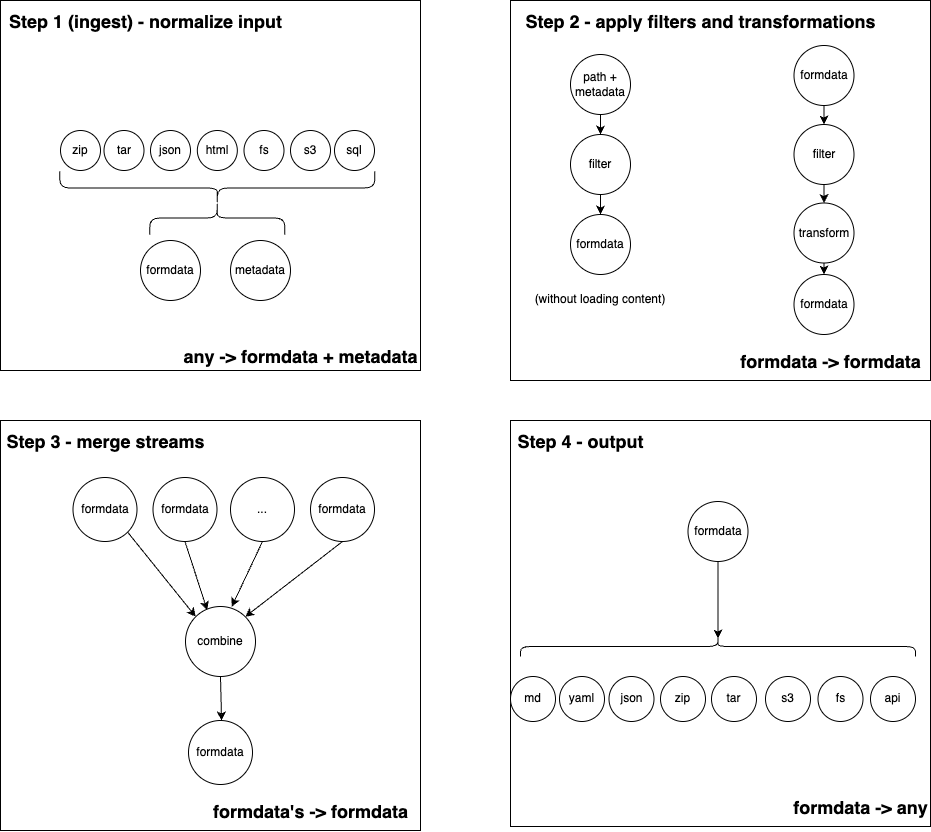
This is process-formdata.drawio.png from janwilmake/uit, a draw.io export, as it was before one commit. Source tidied: cells renumbered, new cells last; positions are measured from the earlier drawing's top-left corner, leaving out a move shared by most shapes.
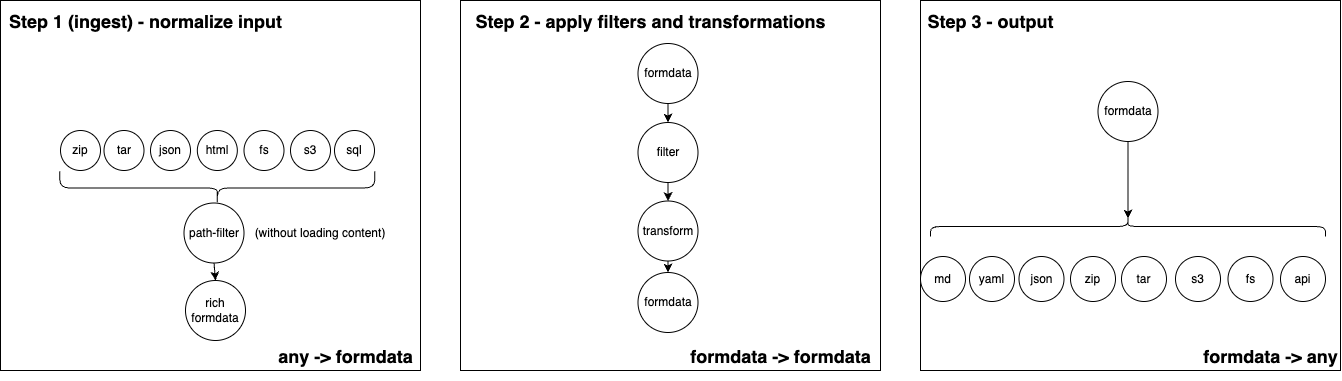
The same file after the commit.

What changed in the source:
```diff
@@ -2,186 +2,122 @@
   <root>
     <mxCell id="0" />
     <mxCell id="1" parent="0" />
-    <mxCell id="2" style="rounded=0;whiteSpace=wrap;html=1;" parent="1" vertex="1">
-      <mxGeometry y="420" width="420" height="410" as="geometry" />
-    </mxCell>
     <mxCell id="3" style="rounded=0;whiteSpace=wrap;html=1;" parent="1" vertex="1">
-      <mxGeometry x="510" y="420" width="420" height="406" as="geometry" />
+      <mxGeometry x="970" width="420" height="370" as="geometry" />
     </mxCell>
     <mxCell id="4" style="rounded=0;whiteSpace=wrap;html=1;" parent="1" vertex="1">
-      <mxGeometry x="510" width="420" height="380" as="geometry" />
+      <mxGeometry x="510" width="420" height="370" as="geometry" />
     </mxCell>
     <mxCell id="5" style="rounded=0;whiteSpace=wrap;html=1;" parent="1" vertex="1">
-      <mxGeometry width="420" height="370" as="geometry" />
+      <mxGeometry x="50" width="420" height="370" as="geometry" />
     </mxCell>
     <mxCell id="6" value="s3" style="ellipse;whiteSpace=wrap;html=1;" parent="1" vertex="1">
-      <mxGeometry x="290" y="130" width="40" height="40" as="geometry" />
+      <mxGeometry x="340" y="130" width="40" height="40" as="geometry" />
     </mxCell>
     <mxCell id="7" value="zip" style="ellipse;whiteSpace=wrap;html=1;" parent="1" vertex="1">
-      <mxGeometry x="60" y="130" width="40" height="40" as="geometry" />
+      <mxGeometry x="110" y="130" width="40" height="40" as="geometry" />
     </mxCell>
     <mxCell id="8" value="tar" style="ellipse;whiteSpace=wrap;html=1;" parent="1" vertex="1">
-      <mxGeometry x="103.5" y="130" width="40" height="40" as="geometry" />
+      <mxGeometry x="153.5" y="130" width="40" height="40" as="geometry" />
     </mxCell>
     <mxCell id="9" value="json" style="ellipse;whiteSpace=wrap;html=1;" parent="1" vertex="1">
-      <mxGeometry x="150" y="130" width="40" height="40" as="geometry" />
+      <mxGeometry x="200" y="130" width="40" height="40" as="geometry" />
     </mxCell>
     <mxCell id="10" value="fs" style="ellipse;whiteSpace=wrap;html=1;" parent="1" vertex="1">
-      <mxGeometry x="243.5" y="130" width="40" height="40" as="geometry" />
+      <mxGeometry x="293.5" y="130" width="40" height="40" as="geometry" />
     </mxCell>
-    <mxCell id="11" value="formdata" style="ellipse;whiteSpace=wrap;html=1;" parent="1" vertex="1">
-      <mxGeometry x="140" y="240" width="60" height="60" as="geometry" />
+    <mxCell id="11" value="rich formdata" style="ellipse;whiteSpace=wrap;html=1;" parent="1" vertex="1">
+      <mxGeometry x="235" y="280" width="60" height="60" as="geometry" />
     </mxCell>
-    <mxCell id="12" value="metadata" style="ellipse;whiteSpace=wrap;html=1;" parent="1" vertex="1">
-      <mxGeometry x="230" y="240" width="60" height="60" as="geometry" />
-    </mxCell>
     <mxCell id="13" style="shape=curlyBracket;whiteSpace=wrap;html=1;rounded=1;flipH=1;labelPosition=right;verticalLabelPosition=middle;align=left;verticalAlign=middle;rotation=90;" parent="1" vertex="1">
-      <mxGeometry x="200" y="30" width="33.7" height="315" as="geometry" />
+      <mxGeometry x="250" y="30" width="33.7" height="315" as="geometry" />
     </mxCell>
-    <mxCell id="14" style="shape=curlyBracket;whiteSpace=wrap;html=1;rounded=1;flipH=1;labelPosition=right;verticalLabelPosition=middle;align=left;verticalAlign=middle;rotation=-90;" parent="1" vertex="1">
-      <mxGeometry x="200" y="150" width="33.7" height="135" as="geometry" />
-    </mxCell>
     <mxCell id="15" value="&lt;font style=&quot;font-size: 18px;&quot;&gt;Step 1 (ingest) - normalize input&lt;/font&gt;" style="text;strokeColor=none;fillColor=none;html=1;fontSize=24;fontStyle=1;verticalAlign=middle;align=center;" parent="1" vertex="1">
-      <mxGeometry x="30" width="230" height="40" as="geometry" />
+      <mxGeometry x="80" width="230" height="40" as="geometry" />
     </mxCell>
     <mxCell id="16" style="edgeStyle=none;html=1;exitX=0.5;exitY=1;exitDx=0;exitDy=0;entryX=0.5;entryY=0;entryDx=0;entryDy=0;" parent="1" edge="1" source="17" target="19">
       <mxGeometry relative="1" as="geometry" />
     </mxCell>
     <mxCell id="17" value="formdata" style="ellipse;whiteSpace=wrap;html=1;" parent="1" vertex="1">
-      <mxGeometry x="793.5" y="45" width="60" height="60" as="geometry" />
+      <mxGeometry x="687.5" y="43" width="60" height="60" as="geometry" />
     </mxCell>
     <mxCell id="18" style="edgeStyle=none;html=1;exitX=0.5;exitY=1;exitDx=0;exitDy=0;entryX=0.5;entryY=0;entryDx=0;entryDy=0;" parent="1" edge="1" source="19" target="21">
       <mxGeometry relative="1" as="geometry" />
     </mxCell>
     <mxCell id="19" value="filter" style="ellipse;whiteSpace=wrap;html=1;" parent="1" vertex="1">
-      <mxGeometry x="793.5" y="124" width="60" height="60" as="geometry" />
+      <mxGeometry x="687.5" y="122" width="60" height="60" as="geometry" />
     </mxCell>
     <mxCell id="20" style="edgeStyle=none;html=1;exitX=0.5;exitY=1;exitDx=0;exitDy=0;entryX=0.5;entryY=0;entryDx=0;entryDy=0;" parent="1" edge="1" source="21" target="22">
       <mxGeometry relative="1" as="geometry" />
     </mxCell>
     <mxCell id="21" value="transform" style="ellipse;whiteSpace=wrap;html=1;" parent="1" vertex="1">
-      <mxGeometry x="793.5" y="202.5" width="60" height="60" as="geometry" />
+      <mxGeometry x="687.5" y="200.5" width="60" height="60" as="geometry" />
     </mxCell>
     <mxCell id="22" value="formdata" style="ellipse;whiteSpace=wrap;html=1;" parent="1" vertex="1">
-      <mxGeometry x="793.5" y="274" width="60" height="60" as="geometry" />
+      <mxGeometry x="687.5" y="272" width="60" height="60" as="geometry" />
     </mxCell>
-    <mxCell id="23" style="edgeStyle=none;html=1;exitX=0.5;exitY=1;exitDx=0;exitDy=0;entryX=0.5;entryY=0;entryDx=0;entryDy=0;" parent="1" edge="1" source="24" target="26">
-      <mxGeometry relative="1" as="geometry" />
-    </mxCell>
-    <mxCell id="24" value="path + metadata" style="ellipse;whiteSpace=wrap;html=1;" parent="1" vertex="1">
-      <mxGeometry x="570" y="54" width="60" height="60" as="geometry" />
-    </mxCell>
-    <mxCell id="25" style="edgeStyle=none;html=1;exitX=0.5;exitY=1;exitDx=0;exitDy=0;entryX=0.5;entryY=0;entryDx=0;entryDy=0;" parent="1" edge="1" source="26">
-      <mxGeometry relative="1" as="geometry">
-        <mxPoint x="600" y="214" as="targetPoint" />
-      </mxGeometry>
-    </mxCell>
+    <mxCell id="61" style="edgeStyle=none;html=1;exitX=0.5;exitY=1;exitDx=0;exitDy=0;" parent="1" edge="1" source="26" target="11">
+      <mxGeometry relative="1" as="geometry" />
+    </mxCell>
-    <mxCell id="26" value="filter" style="ellipse;whiteSpace=wrap;html=1;" parent="1" vertex="1">
-      <mxGeometry x="570" y="134" width="60" height="60" as="geometry" />
+    <mxCell id="26" value="path-filter" style="ellipse;whiteSpace=wrap;html=1;" parent="1" vertex="1">
+      <mxGeometry x="233.5" y="202.5" width="60" height="60" as="geometry" />
     </mxCell>
-    <mxCell id="27" value="formdata" style="ellipse;whiteSpace=wrap;html=1;" parent="1" vertex="1">
-      <mxGeometry x="570" y="214" width="60" height="60" as="geometry" />
-    </mxCell>
     <mxCell id="28" value="&lt;font style=&quot;font-size: 18px;&quot;&gt;Step 2 - apply filters and transformations&lt;/font&gt;" style="text;strokeColor=none;fillColor=none;html=1;fontSize=24;fontStyle=1;verticalAlign=middle;align=center;" parent="1" vertex="1">
       <mxGeometry x="510" width="380" height="40" as="geometry" />
     </mxCell>
-    <mxCell id="29" value="&lt;font style=&quot;font-size: 18px;&quot;&gt;any -&amp;gt; formdata + metadata&lt;/font&gt;" style="text;strokeColor=none;fillColor=none;html=1;fontSize=24;fontStyle=1;verticalAlign=middle;align=center;" parent="1" vertex="1">
-      <mxGeometry x="250" y="330" width="100" height="50" as="geometry" />
+    <mxCell id="29" value="&lt;font style=&quot;font-size: 18px;&quot;&gt;any -&amp;gt; formdata&lt;/font&gt;" style="text;strokeColor=none;fillColor=none;html=1;fontSize=24;fontStyle=1;verticalAlign=middle;align=center;" parent="1" vertex="1">
+      <mxGeometry x="345" y="330" width="100" height="50" as="geometry" />
     </mxCell>
     <mxCell id="30" value="&lt;font style=&quot;font-size: 18px;&quot;&gt;formdata -&amp;gt; formdata&lt;/font&gt;" style="text;strokeColor=none;fillColor=none;html=1;fontSize=24;fontStyle=1;verticalAlign=middle;align=center;" parent="1" vertex="1">
-      <mxGeometry x="780" y="340" width="100" height="40" as="geometry" />
+      <mxGeometry x="780" y="334.5" width="100" height="40" as="geometry" />
     </mxCell>
-    <mxCell id="31" style="edgeStyle=none;html=1;exitX=1;exitY=1;exitDx=0;exitDy=0;entryX=0;entryY=0;entryDx=0;entryDy=0;" parent="1" edge="1" source="32" target="39">
-      <mxGeometry relative="1" as="geometry" />
-    </mxCell>
-    <mxCell id="32" value="formdata" style="ellipse;whiteSpace=wrap;html=1;" parent="1" vertex="1">
-      <mxGeometry x="72.5" y="477" width="64" height="64" as="geometry" />
-    </mxCell>
-    <mxCell id="33" style="edgeStyle=none;html=1;exitX=0.5;exitY=1;exitDx=0;exitDy=0;entryX=0.31;entryY=0.053;entryDx=0;entryDy=0;entryPerimeter=0;" parent="1" edge="1" source="34" target="39">
-      <mxGeometry relative="1" as="geometry" />
-    </mxCell>
-    <mxCell id="34" value="formdata" style="ellipse;whiteSpace=wrap;html=1;" parent="1" vertex="1">
-      <mxGeometry x="152.5" y="477" width="64" height="64" as="geometry" />
-    </mxCell>
-    <mxCell id="35" value="..." style="ellipse;whiteSpace=wrap;html=1;" parent="1" vertex="1">
-      <mxGeometry x="230" y="477" width="64" height="64" as="geometry" />
-    </mxCell>
-    <mxCell id="36" style="edgeStyle=none;html=1;exitX=0.5;exitY=1;exitDx=0;exitDy=0;entryX=1;entryY=0;entryDx=0;entryDy=0;" parent="1" edge="1" source="37" target="39">
-      <mxGeometry relative="1" as="geometry" />
-    </mxCell>
-    <mxCell id="37" value="formdata" style="ellipse;whiteSpace=wrap;html=1;" parent="1" vertex="1">
-      <mxGeometry x="310" y="477" width="64" height="64" as="geometry" />
-    </mxCell>
-    <mxCell id="38" style="edgeStyle=none;html=1;exitX=0.5;exitY=1;exitDx=0;exitDy=0;" parent="1" edge="1" source="60">
-      <mxGeometry relative="1" as="geometry">
-        <mxPoint x="219.9" y="751" as="targetPoint" />
-      </mxGeometry>
-    </mxCell>
-    <mxCell id="39" value="combine" style="ellipse;whiteSpace=wrap;html=1;" parent="1" vertex="1">
-      <mxGeometry x="185" y="606" width="70" height="70" as="geometry" />
-    </mxCell>
-    <mxCell id="40" style="edgeStyle=none;html=1;exitX=0.5;exitY=1;exitDx=0;exitDy=0;entryX=0.66;entryY=0.004;entryDx=0;entryDy=0;entryPerimeter=0;" parent="1" edge="1" source="35" target="39">
-      <mxGeometry relative="1" as="geometry" />
-    </mxCell>
-    <mxCell id="41" value="&lt;font style=&quot;font-size: 18px;&quot;&gt;Step 3 - merge streams&lt;/font&gt;" style="text;strokeColor=none;fillColor=none;html=1;fontSize=24;fontStyle=1;verticalAlign=middle;align=center;" parent="1" vertex="1">
-      <mxGeometry y="420" width="210" height="40" as="geometry" />
-    </mxCell>
-    <mxCell id="42" value="&lt;font style=&quot;font-size: 18px;&quot;&gt;formdata's -&amp;gt; formdata&lt;/font&gt;" style="text;strokeColor=none;fillColor=none;html=1;fontSize=24;fontStyle=1;verticalAlign=middle;align=center;" parent="1" vertex="1">
-      <mxGeometry x="260" y="790" width="100" height="40" as="geometry" />
-    </mxCell>
     <mxCell id="43" style="edgeStyle=none;html=1;exitX=0.5;exitY=1;exitDx=0;exitDy=0;entryX=0.1;entryY=0.5;entryDx=0;entryDy=0;entryPerimeter=0;" parent="1" edge="1" source="44" target="52">
       <mxGeometry relative="1" as="geometry" />
     </mxCell>
     <mxCell id="44" value="formdata" style="ellipse;whiteSpace=wrap;html=1;" parent="1" vertex="1">
-      <mxGeometry x="687.5" y="501" width="60" height="60" as="geometry" />
+      <mxGeometry x="1147.5" y="81" width="60" height="60" as="geometry" />
     </mxCell>
     <mxCell id="45" value="md" style="ellipse;whiteSpace=wrap;html=1;" parent="1" vertex="1">
-      <mxGeometry x="510" y="676" width="45" height="45" as="geometry" />
+      <mxGeometry x="970" y="256" width="45" height="45" as="geometry" />
     </mxCell>
     <mxCell id="46" value="yaml" style="ellipse;whiteSpace=wrap;html=1;" parent="1" vertex="1">
-      <mxGeometry x="559" y="676" width="45" height="45" as="geometry" />
+      <mxGeometry x="1019" y="256" width="45" height="45" as="geometry" />
     </mxCell>
     <mxCell id="47" value="json" style="ellipse;whiteSpace=wrap;html=1;" parent="1" vertex="1">
-      <mxGeometry x="608.5" y="676" width="45" height="45" as="geometry" />
+      <mxGeometry x="1068.5" y="256" width="45" height="45" as="geometry" />
     </mxCell>
     <mxCell id="48" value="zip" style="ellipse;whiteSpace=wrap;html=1;" parent="1" vertex="1">
-      <mxGeometry x="660" y="676" width="45" height="45" as="geometry" />
+      <mxGeometry x="1120" y="256" width="45" height="45" as="geometry" />
     </mxCell>
     <mxCell id="49" value="tar" style="ellipse;whiteSpace=wrap;html=1;" parent="1" vertex="1">
-      <mxGeometry x="711" y="676" width="45" height="45" as="geometry" />
+      <mxGeometry x="1171" y="256" width="45" height="45" as="geometry" />
     </mxCell>
     <mxCell id="50" value="s3" style="ellipse;whiteSpace=wrap;html=1;" parent="1" vertex="1">
-      <mxGeometry x="765" y="676" width="45" height="45" as="geometry" />
+      <mxGeometry x="1225" y="256" width="45" height="45" as="geometry" />
     </mxCell>
     <mxCell id="51" value="fs" style="ellipse;whiteSpace=wrap;html=1;" parent="1" vertex="1">
-      <mxGeometry x="817.5" y="676" width="45" height="45" as="geometry" />
+      <mxGeometry x="1277.5" y="256" width="45" height="45" as="geometry" />
     </mxCell>
     <mxCell id="52" style="shape=curlyBracket;whiteSpace=wrap;html=1;rounded=1;flipH=1;labelPosition=right;verticalLabelPosition=middle;align=left;verticalAlign=middle;rotation=-90;" parent="1" vertex="1">
-      <mxGeometry x="707.5" y="448.5" width="20" height="395" as="geometry" />
+      <mxGeometry x="1167.5" y="28.5" width="20" height="395" as="geometry" />
     </mxCell>
     <mxCell id="53" value="api" style="ellipse;whiteSpace=wrap;html=1;" parent="1" vertex="1">
-      <mxGeometry x="870" y="676" width="45" height="45" as="geometry" />
+      <mxGeometry x="1330" y="256" width="45" height="45" as="geometry" />
     </mxCell>
-    <mxCell id="54" value="&lt;font style=&quot;font-size: 18px;&quot;&gt;Step 4 - output&lt;/font&gt;" style="text;strokeColor=none;fillColor=none;html=1;fontSize=24;fontStyle=1;verticalAlign=middle;align=center;" parent="1" vertex="1">
-      <mxGeometry x="530" y="420" width="100" height="40" as="geometry" />
+    <mxCell id="54" value="&lt;font style=&quot;font-size: 18px;&quot;&gt;Step 3 - output&lt;/font&gt;" style="text;strokeColor=none;fillColor=none;html=1;fontSize=24;fontStyle=1;verticalAlign=middle;align=center;" parent="1" vertex="1">
+      <mxGeometry x="990" width="100" height="40" as="geometry" />
     </mxCell>
     <mxCell id="55" value="&lt;font style=&quot;font-size: 18px;&quot;&gt;formdata -&amp;gt; any&lt;/font&gt;" style="text;strokeColor=none;fillColor=none;html=1;fontSize=24;fontStyle=1;verticalAlign=middle;align=center;" parent="1" vertex="1">
-      <mxGeometry x="810" y="790" width="100" height="31" as="geometry" />
+      <mxGeometry x="1270" y="339" width="100" height="31" as="geometry" />
     </mxCell>
     <mxCell id="56" value="html" style="ellipse;whiteSpace=wrap;html=1;" parent="1" vertex="1">
-      <mxGeometry x="196.8" y="130" width="40" height="40" as="geometry" />
+      <mxGeometry x="246.8" y="130" width="40" height="40" as="geometry" />
     </mxCell>
     <mxCell id="57" value="sql" style="ellipse;whiteSpace=wrap;html=1;" parent="1" vertex="1">
-      <mxGeometry x="334" y="130" width="40" height="40" as="geometry" />
+      <mxGeometry x="384" y="130" width="40" height="40" as="geometry" />
     </mxCell>
     <mxCell id="58" value="(without loading content)" style="text;html=1;align=center;verticalAlign=middle;whiteSpace=wrap;rounded=0;" parent="1" vertex="1">
-      <mxGeometry x="525" y="284" width="150" height="30" as="geometry" />
+      <mxGeometry x="295" y="217.5" width="150" height="30" as="geometry" />
     </mxCell>
-    <mxCell id="59" style="edgeStyle=none;html=1;exitX=0.5;exitY=1;exitDx=0;exitDy=0;" parent="1" edge="1" source="39" target="60">
-      <mxGeometry relative="1" as="geometry" />
-    </mxCell>
-    <mxCell id="60" value="formdata" style="ellipse;whiteSpace=wrap;html=1;" parent="1" vertex="1">
-      <mxGeometry x="188" y="720" width="64" height="64" as="geometry" />
-    </mxCell>
   </root>
 </mxGraphModel>
```
